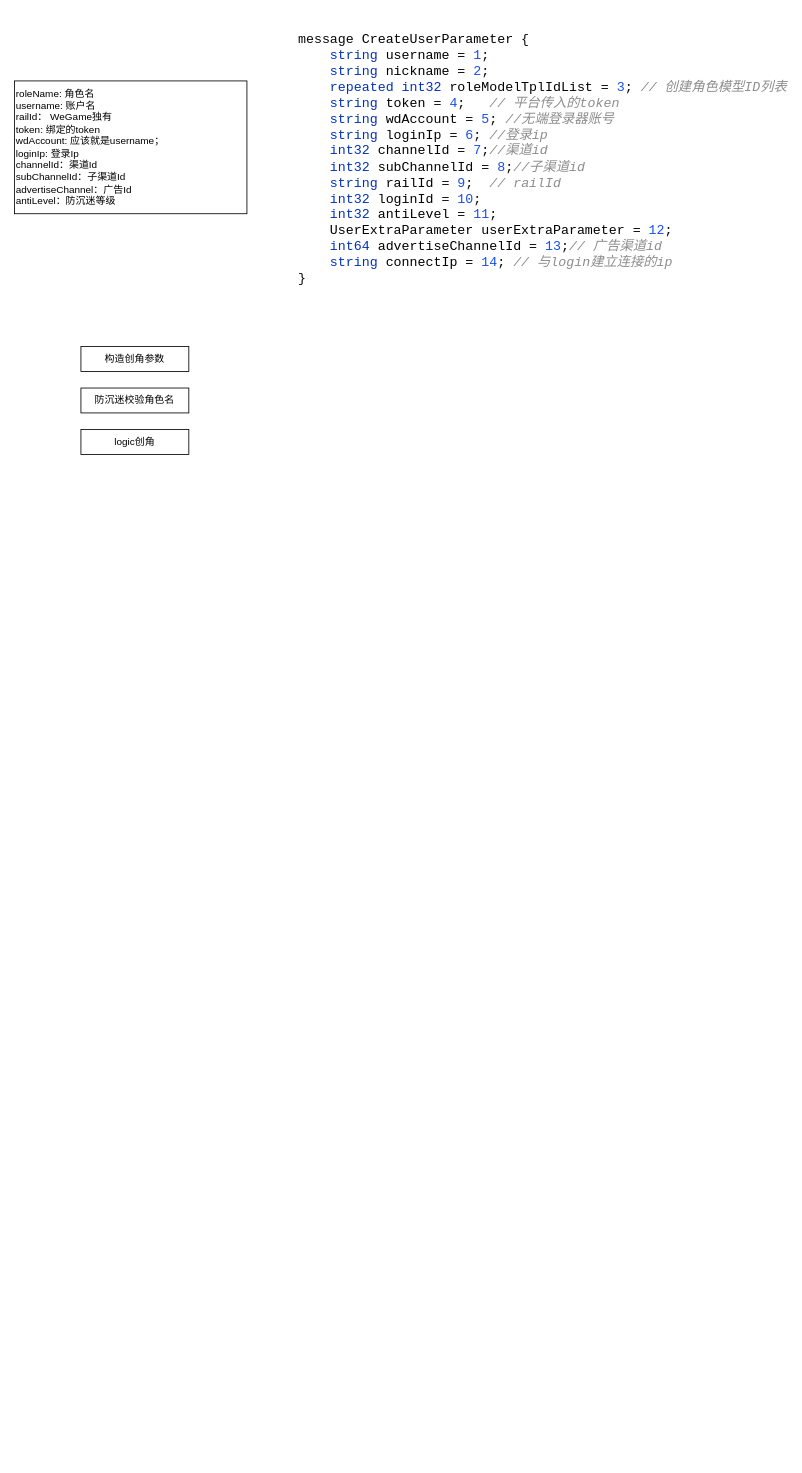
Earlier version of the draw.io diagram SSJJ2/创角流程.drawio (Ordertiny/graph). Source tidied: cells renumbered, new cells numbered last; positions are measured from the earlier drawing's top-left corner, leaving out a move shared by most shapes. Both pictures are drawn from the tidied source at 83%, with x=0, y=0 at pixel (14, 14).
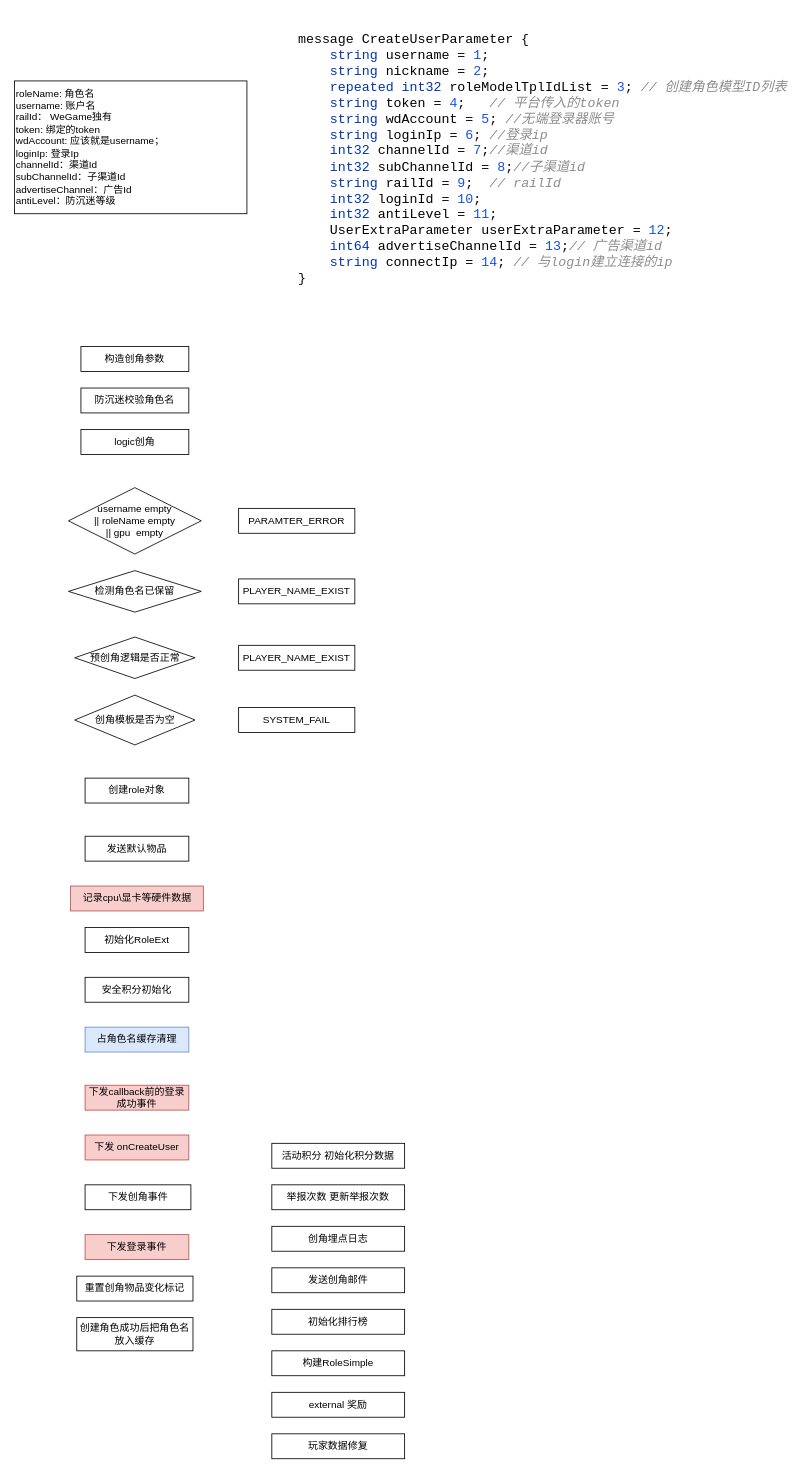
The same page after the edit.

Commit message:
更新创角流程.drawio

What changed in the source:
```diff
@@
+    <mxCell id="7" value="username empty&lt;br&gt;|| roleName empty&lt;br&gt;|| gpu&amp;nbsp; empty" style="rhombus;whiteSpace=wrap;html=1;" parent="1" vertex="1">
+      <mxGeometry x="65" y="570" width="160" height="80" as="geometry" />
+    </mxCell>
+    <mxCell id="8" value="PARAMTER_ERROR" style="whiteSpace=wrap;html=1;" parent="1" vertex="1">
+      <mxGeometry x="270" y="595" width="140" height="30" as="geometry" />
+    </mxCell>
+    <mxCell id="9" value="检测角色名已保留" style="rhombus;whiteSpace=wrap;html=1;" parent="1" vertex="1">
+      <mxGeometry x="65" y="670" width="160" height="50" as="geometry" />
+    </mxCell>
+    <mxCell id="10" value="PLAYER_NAME_EXIST" style="whiteSpace=wrap;html=1;" parent="1" vertex="1">
+      <mxGeometry x="270" y="680" width="140" height="30" as="geometry" />
+    </mxCell>
+    <mxCell id="11" value="预创角逻辑是否正常" style="rhombus;whiteSpace=wrap;html=1;" parent="1" vertex="1">
+      <mxGeometry x="72.5" y="750" width="145" height="50" as="geometry" />
+    </mxCell>
+    <mxCell id="12" value="PLAYER_NAME_EXIST" style="whiteSpace=wrap;html=1;" parent="1" vertex="1">
+      <mxGeometry x="270" y="760" width="140" height="30" as="geometry" />
+    </mxCell>
+    <mxCell id="13" value="创角模板是否为空" style="rhombus;whiteSpace=wrap;html=1;" parent="1" vertex="1">
+      <mxGeometry x="72.5" y="820" width="145" height="60" as="geometry" />
+    </mxCell>
+    <mxCell id="14" value="SYSTEM_FAIL" style="whiteSpace=wrap;html=1;" parent="1" vertex="1">
+      <mxGeometry x="270" y="835" width="140" height="30" as="geometry" />
+    </mxCell>
+    <mxCell id="15" value="创建role对象" style="rounded=0;whiteSpace=wrap;html=1;" parent="1" vertex="1">
+      <mxGeometry x="85" y="920" width="125" height="30" as="geometry" />
+    </mxCell>
+    <mxCell id="16" value="发送默认物品" style="rounded=0;whiteSpace=wrap;html=1;" parent="1" vertex="1">
+      <mxGeometry x="85" y="990" width="125" height="30" as="geometry" />
+    </mxCell>
+    <mxCell id="17" value="记录cpu\显卡等硬件数据" style="whiteSpace=wrap;html=1;fillColor=#f8cecc;strokeColor=#b85450;" parent="1" vertex="1">
+      <mxGeometry x="67.5" y="1050" width="160" height="30" as="geometry" />
+    </mxCell>
+    <mxCell id="18" value="初始化RoleExt" style="rounded=0;whiteSpace=wrap;html=1;" parent="1" vertex="1">
+      <mxGeometry x="85" y="1100" width="125" height="30" as="geometry" />
+    </mxCell>
+    <mxCell id="19" value="安全积分初始化" style="whiteSpace=wrap;html=1;" parent="1" vertex="1">
+      <mxGeometry x="85" y="1160" width="125" height="30" as="geometry" />
+    </mxCell>
+    <mxCell id="20" value="占角色名缓存清理" style="whiteSpace=wrap;html=1;fillColor=#dae8fc;strokeColor=#6c8ebf;" parent="1" vertex="1">
+      <mxGeometry x="85" y="1220" width="125" height="30" as="geometry" />
+    </mxCell>
+    <mxCell id="21" value="下发&amp;nbsp;onCreateUser" style="whiteSpace=wrap;html=1;fillColor=#f8cecc;strokeColor=#b85450;" parent="1" vertex="1">
+      <mxGeometry x="85" y="1350" width="125" height="30" as="geometry" />
+    </mxCell>
+    <mxCell id="22" value="下发callback前的登录成功事件" style="whiteSpace=wrap;html=1;fillColor=#f8cecc;strokeColor=#b85450;" parent="1" vertex="1">
+      <mxGeometry x="85" y="1290" width="125" height="30" as="geometry" />
+    </mxCell>
+    <mxCell id="23" value="下发创角事件" style="whiteSpace=wrap;html=1;" parent="1" vertex="1">
+      <mxGeometry x="85" y="1410" width="127.5" height="30" as="geometry" />
+    </mxCell>
+    <mxCell id="24" value="活动积分 初始化积分数据" style="whiteSpace=wrap;html=1;" parent="1" vertex="1">
+      <mxGeometry x="310" y="1360" width="160" height="30" as="geometry" />
+    </mxCell>
+    <mxCell id="25" value="举报次数 更新举报次数" style="whiteSpace=wrap;html=1;" parent="1" vertex="1">
+      <mxGeometry x="310" y="1410" width="160" height="30" as="geometry" />
+    </mxCell>
+    <mxCell id="26" value="创角埋点日志" style="whiteSpace=wrap;html=1;" parent="1" vertex="1">
+      <mxGeometry x="310" y="1460" width="160" height="30" as="geometry" />
+    </mxCell>
+    <mxCell id="27" value="发送创角邮件" style="whiteSpace=wrap;html=1;" parent="1" vertex="1">
+      <mxGeometry x="310" y="1510" width="160" height="30" as="geometry" />
+    </mxCell>
+    <mxCell id="28" value="初始化排行榜" style="whiteSpace=wrap;html=1;" parent="1" vertex="1">
+      <mxGeometry x="310" y="1560" width="160" height="30" as="geometry" />
+    </mxCell>
+    <mxCell id="29" value="构建RoleSimple" style="whiteSpace=wrap;html=1;" parent="1" vertex="1">
+      <mxGeometry x="310" y="1610" width="160" height="30" as="geometry" />
+    </mxCell>
+    <mxCell id="30" value="external 奖励" style="whiteSpace=wrap;html=1;" parent="1" vertex="1">
+      <mxGeometry x="310" y="1660" width="160" height="30" as="geometry" />
+    </mxCell>
+    <mxCell id="31" value="玩家数据修复" style="whiteSpace=wrap;html=1;" parent="1" vertex="1">
+      <mxGeometry x="310" y="1710" width="160" height="30" as="geometry" />
+    </mxCell>
+    <mxCell id="32" value="下发登录事件" style="whiteSpace=wrap;html=1;fillColor=#f8cecc;strokeColor=#b85450;" parent="1" vertex="1">
+      <mxGeometry x="85" y="1470" width="125" height="30" as="geometry" />
+    </mxCell>
+    <mxCell id="33" value="重置创角物品变化标记" style="whiteSpace=wrap;html=1;" parent="1" vertex="1">
+      <mxGeometry x="75" y="1520" width="140" height="30" as="geometry" />
+    </mxCell>
+    <mxCell id="34" value="创建角色成功后把角色名放入缓存" style="whiteSpace=wrap;html=1;" parent="1" vertex="1">
+      <mxGeometry x="75" y="1570" width="140" height="40" as="geometry" />
+    </mxCell>
```
